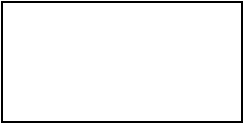
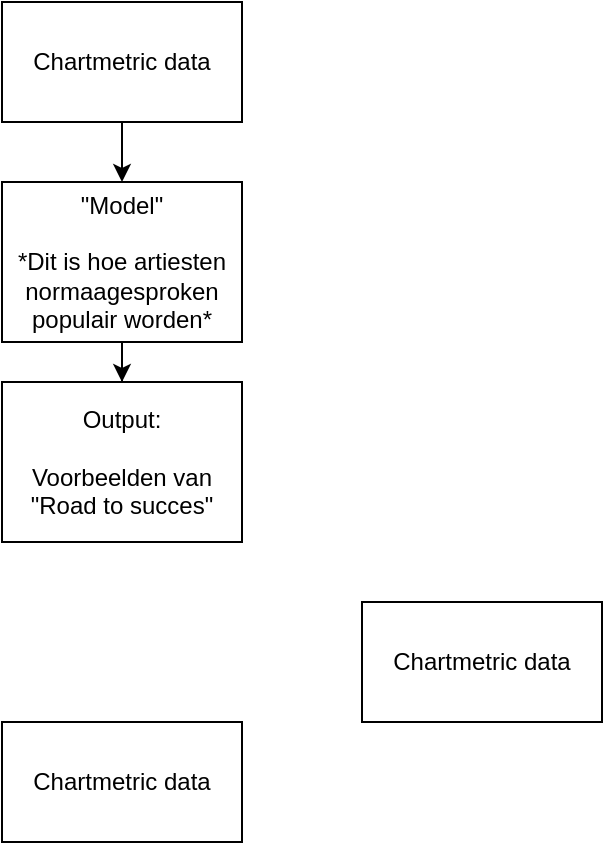
<mxfile host="app.diagrams.net">
  <diagram name="Pagina-1" id="noXttej1SAf8xjOeNVDw">
-     <mxGraphModel dx="670" dy="359" grid="1" gridSize="10" guides="1" tooltips="1" connect="1" arrows="1" fold="1" page="1" pageScale="1" pageWidth="827" pageHeight="1169" math="0" shadow="0">
+     <mxGraphModel dx="970" dy="520" grid="1" gridSize="10" guides="1" tooltips="1" connect="1" arrows="1" fold="1" page="1" pageScale="1" pageWidth="827" pageHeight="1169" math="0" shadow="0">
      <root>
        <mxCell id="0" />
        <mxCell id="1" parent="0" />
-         <mxCell id="akCuC50f9PSZu7p6AyEB-1" parent="1" style="rounded=0;whiteSpace=wrap;html=1;" value="" vertex="1">
+         <mxCell id="akCuC50f9PSZu7p6AyEB-3" edge="1" parent="1" source="akCuC50f9PSZu7p6AyEB-1" style="edgeStyle=orthogonalEdgeStyle;rounded=0;orthogonalLoop=1;jettySize=auto;html=1;" target="akCuC50f9PSZu7p6AyEB-2" value="">
+           <mxGeometry relative="1" as="geometry" />
+         </mxCell>
+         <mxCell id="akCuC50f9PSZu7p6AyEB-1" parent="1" style="rounded=0;whiteSpace=wrap;html=1;" value="Chartmetric data" vertex="1">
          <mxGeometry height="60" width="120" x="300" y="50" as="geometry" />
+         </mxCell>
+         <mxCell id="akCuC50f9PSZu7p6AyEB-5" edge="1" parent="1" source="akCuC50f9PSZu7p6AyEB-2" style="edgeStyle=orthogonalEdgeStyle;rounded=0;orthogonalLoop=1;jettySize=auto;html=1;" target="akCuC50f9PSZu7p6AyEB-4" value="">
+           <mxGeometry relative="1" as="geometry" />
+         </mxCell>
+         <mxCell id="akCuC50f9PSZu7p6AyEB-2" parent="1" style="rounded=0;whiteSpace=wrap;html=1;" value="&quot;Model&quot;&lt;div&gt;&lt;br&gt;&lt;/div&gt;&lt;div&gt;*Dit is hoe artiesten normaagesproken populair worden*&lt;/div&gt;" vertex="1">
+           <mxGeometry height="80" width="120" x="300" y="140" as="geometry" />
+         </mxCell>
+         <mxCell id="akCuC50f9PSZu7p6AyEB-4" parent="1" style="rounded=0;whiteSpace=wrap;html=1;" value="Output:&lt;div&gt;&lt;br&gt;&lt;/div&gt;&lt;div&gt;Voorbeelden van &quot;Road to succes&quot;&lt;/div&gt;" vertex="1">
+           <mxGeometry height="80" width="120" x="300" y="240" as="geometry" />
+         </mxCell>
+         <mxCell id="akCuC50f9PSZu7p6AyEB-6" parent="1" style="rounded=0;whiteSpace=wrap;html=1;" value="Chartmetric data" vertex="1">
+           <mxGeometry height="60" width="120" x="480" y="350" as="geometry" />
+         </mxCell>
+         <mxCell id="akCuC50f9PSZu7p6AyEB-8" parent="1" style="rounded=0;whiteSpace=wrap;html=1;" value="Chartmetric data" vertex="1">
+           <mxGeometry height="60" width="120" x="300" y="410" as="geometry" />
        </mxCell>
      </root>
    </mxGraphModel>
  </diagram>
</mxfile>
